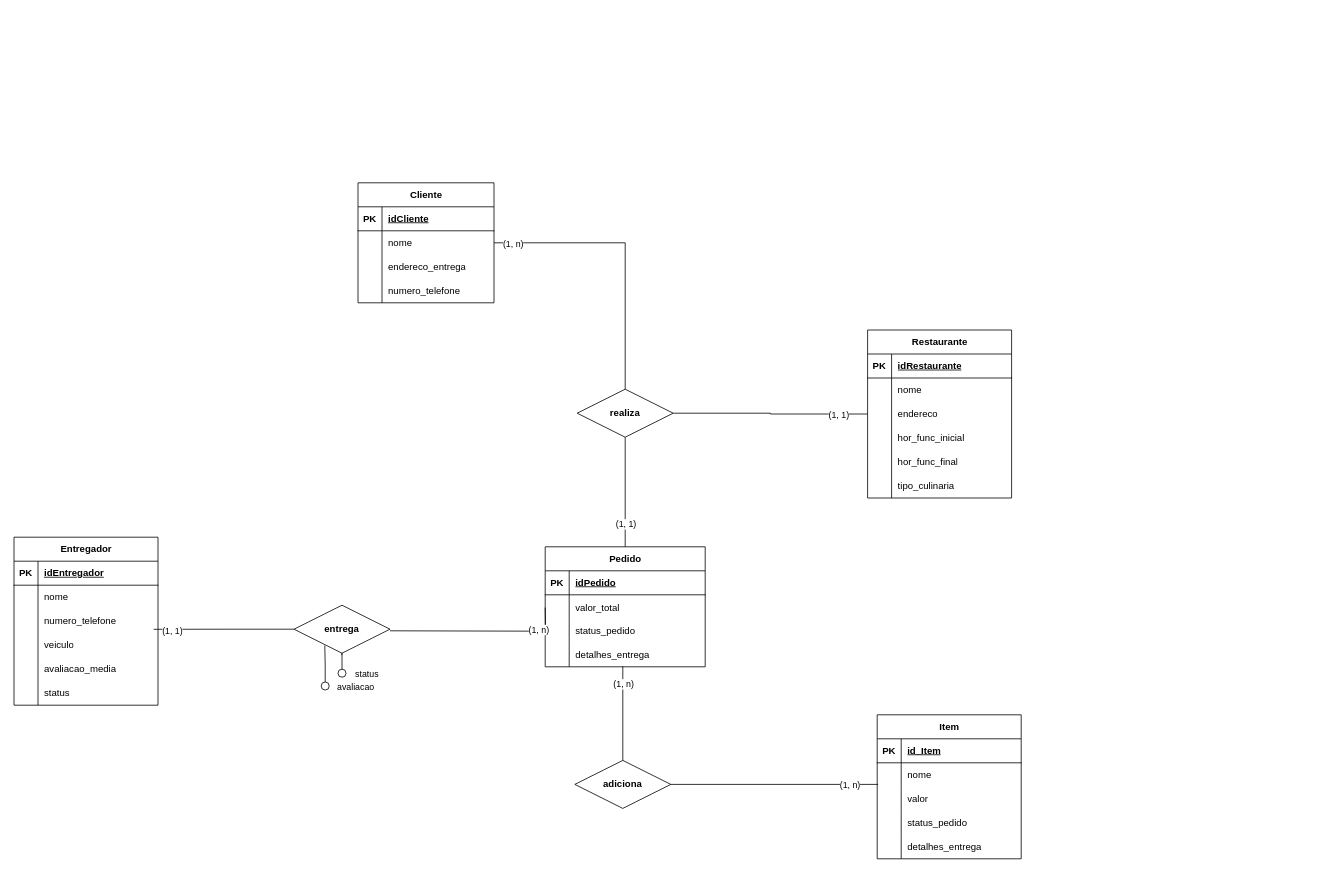
Earlier version of the draw.io diagram app_delivery.drawio (cadullira/facorganizacao). Source tidied: cells renumbered, new cells numbered last; positions are measured from the earlier drawing's top-left corner, leaving out a move shared by most shapes. Both pictures are drawn from the tidied source at 80%, with x=0, y=0 at pixel (14, 182).
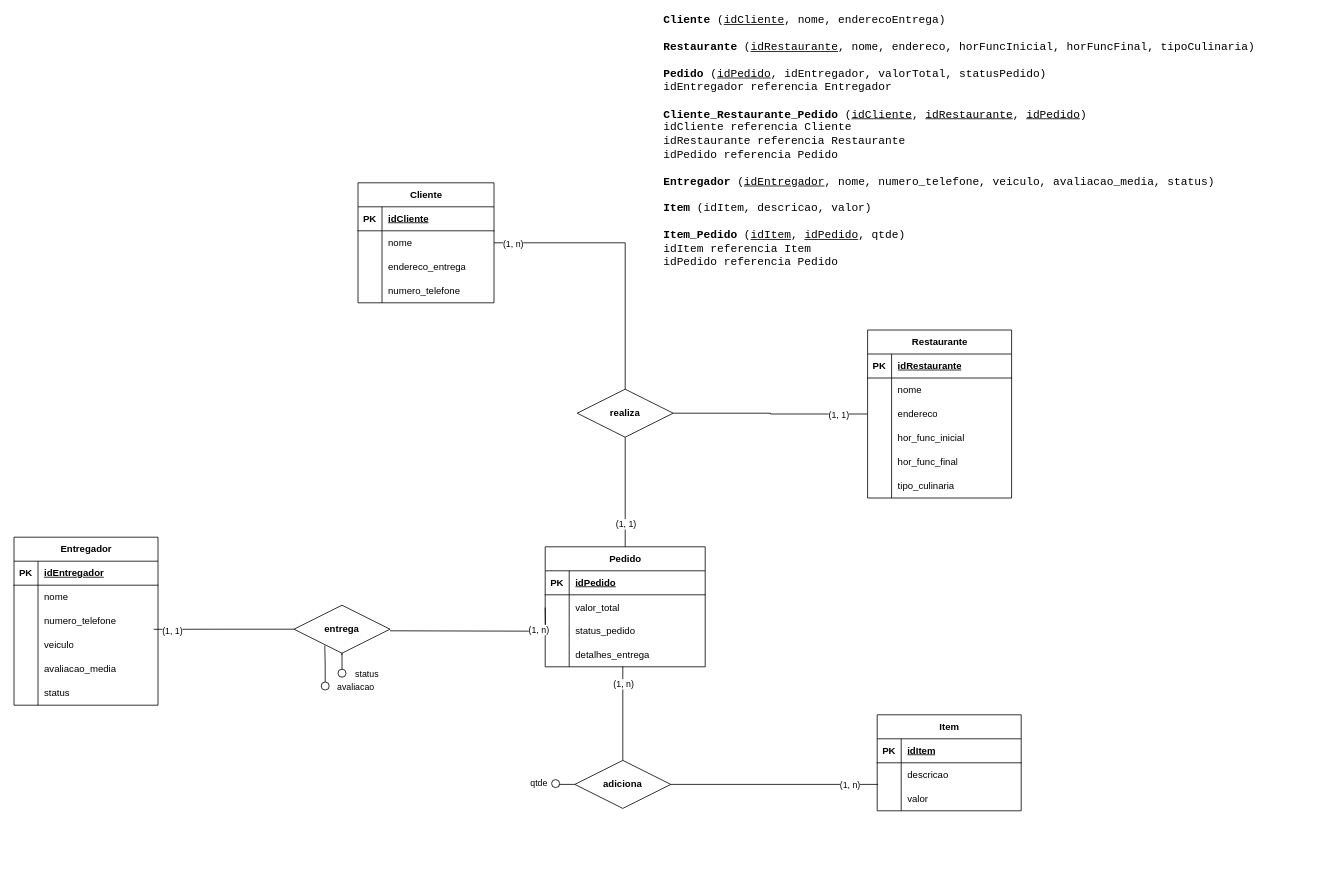
Above is the later version.

Commit message:
Realiza a descrição lógica de app_delivery.drawio

Unchanged cells that the change refers to:
```xml
<mxCell id="71" style="shape=tableRow;horizontal=0;startSize=0;swimlaneHead=0;swimlaneBody=0;fillColor=none;top=0;left=0;right=0;bottom=1;" parent="70" vertex="1">
  <mxGeometry y="30" width="180" height="30" as="geometry" />
</mxCell>
<mxCell id="74" style="shape=tableRow;horizontal=0;startSize=0;swimlaneHead=0;swimlaneBody=0;fillColor=none;points=[[0,0.5],[1,0.5]];portConstraint=eastwest;top=0;left=0;right=0;bottom=0;" parent="70" vertex="1">
  <mxGeometry y="60" width="180" height="30" as="geometry" />
</mxCell>
<mxCell id="86" value="adiciona" style="shape=rhombus;perimeter=rhombusPerimeter;whiteSpace=wrap;html=1;align=center;strokeColor=default;verticalAlign=middle;fontFamily=Helvetica;fontSize=12;fontColor=default;fontStyle=1;fillColor=default;" parent="1" vertex="1">
  <mxGeometry x="701" y="722" width="120" height="60" as="geometry" />
</mxCell>
```

What changed in the source:
```diff
@@
     <mxCell id="70" value="Item" style="shape=table;startSize=30;childLayout=tableLayout;rowLines=0;fontStyle=1;align=center;html=1;" parent="1" vertex="1">
-      <mxGeometry x="1079" y="665" width="180" height="180" as="geometry" />
+      <mxGeometry x="1079" y="665" width="180" height="120" as="geometry" />
     </mxCell>
@@
-    <mxCell id="73" value="id_Item" style="shape=partialRectangle;fillColor=none;top=0;left=0;bottom=0;right=0;align=left;spacingLeft=6;fontStyle=5;overflow=hidden;whiteSpace=wrap;html=1;" parent="71" vertex="1">
+    <mxCell id="73" value="idItem" style="shape=partialRectangle;fillColor=none;top=0;left=0;bottom=0;right=0;align=left;spacingLeft=6;fontStyle=5;overflow=hidden;whiteSpace=wrap;html=1;" parent="71" vertex="1">
       <mxGeometry x="30" width="150" height="30" as="geometry" />
     </mxCell>
@@
-    <mxCell id="76" value="nome" style="shape=partialRectangle;fillColor=none;top=0;left=0;bottom=0;right=0;align=left;spacingLeft=6;overflow=hidden;whiteSpace=wrap;html=1;" parent="74" vertex="1">
+    <mxCell id="76" value="descricao" style="shape=partialRectangle;fillColor=none;top=0;left=0;bottom=0;right=0;align=left;spacingLeft=6;overflow=hidden;whiteSpace=wrap;html=1;" parent="74" vertex="1">
       <mxGeometry x="30" width="150" height="30" as="geometry" />
     </mxCell>
@@
-    <mxCell id="80" style="shape=tableRow;horizontal=0;startSize=0;swimlaneHead=0;swimlaneBody=0;fillColor=none;top=0;left=0;right=0;bottom=0;" parent="70" vertex="1">
-      <mxGeometry y="120" width="180" height="30" as="geometry" />
-    </mxCell>
-    <mxCell id="81" style="shape=partialRectangle;fillColor=none;top=0;left=0;bottom=0;right=0;overflow=hidden;whiteSpace=wrap;html=1;" parent="80" vertex="1">
-      <mxGeometry width="30" height="30" as="geometry" />
-    </mxCell>
-    <mxCell id="82" value="status_pedido" style="shape=partialRectangle;fillColor=none;top=0;left=0;bottom=0;right=0;align=left;spacingLeft=6;overflow=hidden;whiteSpace=wrap;html=1;" parent="80" vertex="1">
-      <mxGeometry x="30" width="150" height="30" as="geometry" />
-    </mxCell>
-    <mxCell id="83" style="shape=tableRow;horizontal=0;startSize=0;swimlaneHead=0;swimlaneBody=0;fillColor=none;top=0;left=0;right=0;bottom=0;" parent="70" vertex="1">
-      <mxGeometry y="150" width="180" height="30" as="geometry" />
-    </mxCell>
-    <mxCell id="84" style="shape=partialRectangle;fillColor=none;top=0;left=0;bottom=0;right=0;overflow=hidden;whiteSpace=wrap;html=1;" parent="83" vertex="1">
-      <mxGeometry width="30" height="30" as="geometry" />
-    </mxCell>
-    <mxCell id="85" value="detalhes_entrega" style="shape=partialRectangle;fillColor=none;top=0;left=0;bottom=0;right=0;align=left;spacingLeft=6;overflow=hidden;whiteSpace=wrap;html=1;" parent="83" vertex="1">
-      <mxGeometry x="30" width="150" height="30" as="geometry" />
-    </mxCell>
+    <mxCell id="107" style="edgeStyle=orthogonalEdgeStyle;rounded=0;jettySize=auto;html=1;entryX=0;entryY=1;entryDx=0;entryDy=0;endArrow=none;endFill=0;" parent="1" edge="1" source="86" target="110">
+      <mxGeometry relative="1" as="geometry" />
+    </mxCell>
+    <mxCell id="108" value="qtde" style="edgeLabel;html=1;align=center;verticalAlign=middle;" parent="107" vertex="1">
+      <mxGeometry x="-0.35" y="-3" relative="1" as="geometry">
+        <mxPoint x="-36" y="1" as="offset" />
+      </mxGeometry>
+    </mxCell>
@@
+    <mxCell id="109" value="&lt;div align=&quot;left&quot;&gt;&lt;font face=&quot;Courier New&quot; style=&quot;font-size: 14px;&quot;&gt;&lt;b&gt;Cliente&lt;/b&gt; (&lt;u&gt;idCliente&lt;/u&gt;, nome, enderecoEntrega)&lt;/font&gt;&lt;/div&gt;&lt;div align=&quot;left&quot;&gt;&lt;font style=&quot;font-size: 14px;&quot; face=&quot;Courier New&quot;&gt;&lt;br&gt;&lt;/font&gt;&lt;/div&gt;&lt;div align=&quot;left&quot;&gt;&lt;font style=&quot;font-size: 14px;&quot; face=&quot;Courier New&quot;&gt;&lt;b&gt;Restaurante&lt;/b&gt; (&lt;u&gt;idRestaurante&lt;/u&gt;, nome, endereco, horFuncInicial, horFuncFinal, tipoCulinaria)&lt;/font&gt;&lt;/div&gt;&lt;div align=&quot;left&quot;&gt;&lt;font style=&quot;font-size: 14px;&quot; face=&quot;Courier New&quot;&gt;&lt;br&gt;&lt;/font&gt;&lt;/div&gt;&lt;div align=&quot;left&quot;&gt;&lt;font style=&quot;font-size: 14px;&quot; face=&quot;Courier New&quot;&gt;&lt;b&gt;Pedido&lt;/b&gt; (&lt;u&gt;idPedido&lt;/u&gt;, idEntregador, valorTotal, statusPedido)&amp;nbsp;&lt;/font&gt;&lt;/div&gt;&lt;div align=&quot;left&quot;&gt;&lt;font style=&quot;font-size: 14px;&quot; face=&quot;Courier New&quot;&gt;idEntregador referencia Entregador&lt;br&gt;&lt;/font&gt;&lt;/div&gt;&lt;div align=&quot;left&quot;&gt;&lt;font style=&quot;font-size: 14px;&quot; face=&quot;Courier New&quot;&gt;&lt;br&gt;&lt;/font&gt;&lt;/div&gt;&lt;div align=&quot;left&quot;&gt;&lt;font style=&quot;font-size: 14px;&quot; face=&quot;Courier New&quot;&gt;&lt;b&gt;Cliente_Restaurante_Pedido&lt;/b&gt; (&lt;u&gt;idCliente&lt;/u&gt;, &lt;u&gt;idRestaurante&lt;/u&gt;, &lt;u&gt;idPedido&lt;/u&gt;)&amp;nbsp;&lt;/font&gt;&lt;/div&gt;&lt;div align=&quot;left&quot;&gt;&lt;font style=&quot;font-size: 14px;&quot; face=&quot;Courier New&quot;&gt;idCliente referencia Cliente&lt;/font&gt;&lt;/div&gt;&lt;div align=&quot;left&quot;&gt;&lt;font style=&quot;font-size: 14px;&quot; face=&quot;Courier New&quot;&gt;idRestaurante referencia Restaurante&lt;/font&gt;&lt;/div&gt;&lt;div align=&quot;left&quot;&gt;&lt;font style=&quot;font-size: 14px;&quot; face=&quot;Courier New&quot;&gt;idPedido referencia Pedido&lt;br&gt;&lt;/font&gt;&lt;/div&gt;&lt;div align=&quot;left&quot;&gt;&lt;b&gt;&lt;font style=&quot;font-size: 14px;&quot; face=&quot;Courier New&quot;&gt;&lt;br&gt;&lt;/font&gt;&lt;/b&gt;&lt;/div&gt;&lt;div align=&quot;left&quot;&gt;&lt;font style=&quot;font-size: 14px;&quot; face=&quot;Courier New&quot;&gt;&lt;b&gt;Entregador&lt;/b&gt; (&lt;u&gt;idEntregador&lt;/u&gt;, nome, numero_telefone, veiculo, avaliacao_media, status)&lt;br&gt;&lt;/font&gt;&lt;/div&gt;&lt;div align=&quot;left&quot;&gt;&lt;font style=&quot;font-size: 14px;&quot; face=&quot;Courier New&quot;&gt;&lt;br&gt;&lt;/font&gt;&lt;/div&gt;&lt;div align=&quot;left&quot;&gt;&lt;font style=&quot;font-size: 14px;&quot; face=&quot;Courier New&quot;&gt;&lt;b&gt;Item&lt;/b&gt; (idItem, descricao, valor)&lt;br&gt;&lt;/font&gt;&lt;/div&gt;&lt;div align=&quot;left&quot;&gt;&lt;font style=&quot;font-size: 14px;&quot; face=&quot;Courier New&quot;&gt;&lt;br&gt;&lt;/font&gt;&lt;/div&gt;&lt;div align=&quot;left&quot;&gt;&lt;font style=&quot;font-size: 14px;&quot; face=&quot;Courier New&quot;&gt;&lt;b&gt;Item_Pedido&lt;/b&gt; (&lt;u&gt;idItem&lt;/u&gt;, &lt;u&gt;idPedido&lt;/u&gt;, qtde)&lt;br&gt;&lt;/font&gt;&lt;/div&gt;&lt;div align=&quot;left&quot;&gt;&lt;font style=&quot;font-size: 14px;&quot; face=&quot;Courier New&quot;&gt;idItem referencia Item&lt;/font&gt;&lt;/div&gt;&lt;div align=&quot;left&quot;&gt;&lt;font style=&quot;font-size: 14px;&quot; face=&quot;Courier New&quot;&gt;idPedido referencia Pedido&lt;br&gt;&lt;/font&gt;&lt;/div&gt;&lt;div align=&quot;left&quot;&gt;&lt;font size=&quot;3&quot; face=&quot;BSolKX_R1ZxCo2rctYpV&quot;&gt;&lt;br&gt;&lt;/font&gt;&lt;/div&gt;&lt;div&gt;&lt;br&gt;&lt;/div&gt;&lt;div&gt;&lt;br&gt;&lt;/div&gt;" style="text;strokeColor=none;align=left;fillColor=none;html=1;verticalAlign=middle;whiteSpace=wrap;rounded=0;" parent="1" vertex="1">
+      <mxGeometry x="810" y="-62" width="819" height="68" as="geometry" />
+    </mxCell>
+    <mxCell id="110" style="ellipse;whiteSpace=wrap;html=1;fontFamily=Helvetica;fontSize=11;fontColor=default;labelBackgroundColor=default;" parent="1" vertex="1">
+      <mxGeometry x="672" y="746" width="10" height="10" as="geometry" />
+    </mxCell>
```
